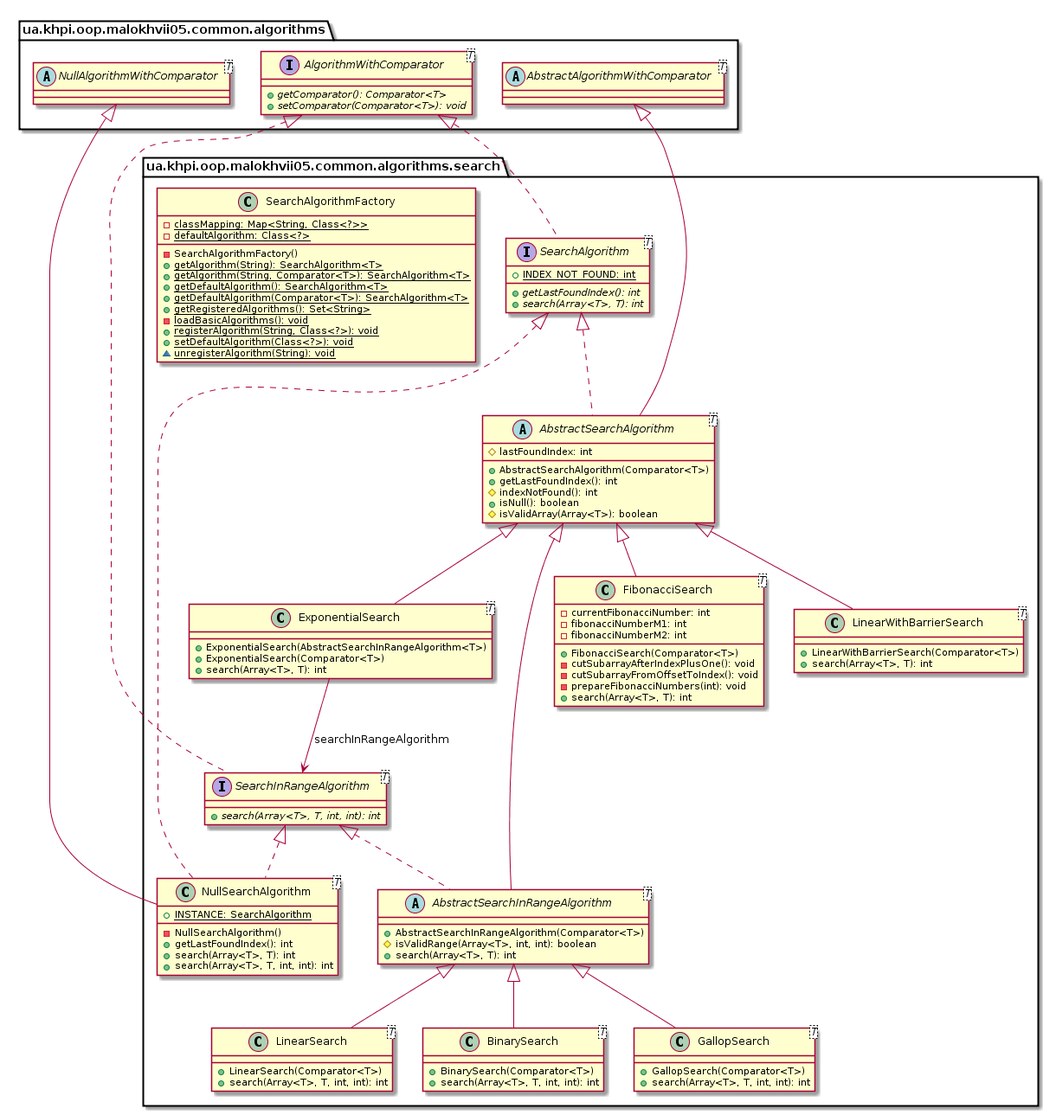
P-Kalin/kit26a keeps this PlantUML diagram as malokhvii-eduard/malokhvii05/doc/plantuml/png/ua.khpi.oop.malokhvii05.common.algorithms.search.package.png. Above is the earlier version. Its diagram source:
```plantuml
@startuml

    namespace ua.khpi.oop.malokhvii05.common.algorithms.search {

        class LinearSearch<T> {
            +LinearSearch(Comparator<T>)
            +search(Array<T>, T, int, int): int
        }

        class NullSearchAlgorithm<T> {
            {static} +INSTANCE: SearchAlgorithm
            -NullSearchAlgorithm()
            +getLastFoundIndex(): int
            +search(Array<T>, T): int
            +search(Array<T>, T, int, int): int
        }

        interface SearchInRangeAlgorithm<T> {
            {abstract} +search(Array<T>, T, int, int): int
        }

        class LinearWithBarrierSearch<T> {
            +LinearWithBarrierSearch(Comparator<T>)
            +search(Array<T>, T): int
        }

        interface SearchAlgorithm<T> {
            {static} +INDEX_NOT_FOUND: int
            {abstract} +getLastFoundIndex(): int
            {abstract} +search(Array<T>, T): int
        }

        abstract class AbstractSearchInRangeAlgorithm<T> {
            +AbstractSearchInRangeAlgorithm(Comparator<T>)
            #isValidRange(Array<T>, int, int): boolean
            +search(Array<T>, T): int
        }

        abstract class AbstractSearchAlgorithm<T> {
            #lastFoundIndex: int
            +AbstractSearchAlgorithm(Comparator<T>)
            +getLastFoundIndex(): int
            #indexNotFound(): int
            +isNull(): boolean
            #isValidArray(Array<T>): boolean
        }

        class SearchAlgorithmFactory {
            {static} -classMapping: Map<String, Class<?>>
            {static} -defaultAlgorithm: Class<?>
            -SearchAlgorithmFactory()
            {static} +getAlgorithm(String): SearchAlgorithm<T>
            {static} +getAlgorithm(String, Comparator<T>): SearchAlgorithm<T>
            {static} +getDefaultAlgorithm(): SearchAlgorithm<T>
            {static} +getDefaultAlgorithm(Comparator<T>): SearchAlgorithm<T>
            {static} +getRegisteredAlgorithms(): Set<String>
            {static} -loadBasicAlgorithms(): void
            {static} +registerAlgorithm(String, Class<?>): void
            {static} +setDefaultAlgorithm(Class<?>): void
            {static} ~unregisterAlgorithm(String): void
        }

        class BinarySearch<T> {
            +BinarySearch(Comparator<T>)
            +search(Array<T>, T, int, int): int
        }

        class GallopSearch<T> {
            +GallopSearch(Comparator<T>)
            +search(Array<T>, T, int, int): int
        }

        class ExponentialSearch<T> {
            +ExponentialSearch(AbstractSearchInRangeAlgorithm<T>)
            +ExponentialSearch(Comparator<T>)
            +search(Array<T>, T): int
        }

        class FibonacciSearch<T> {
            -currentFibonacciNumber: int
            -fibonacciNumberM1: int
            -fibonacciNumberM2: int
            +FibonacciSearch(Comparator<T>)
            -cutSubarrayAfterIndexPlusOne(): void
            -cutSubarrayFromOffsetToIndex(): void
            -prepareFibonacciNumbers(int): void
            +search(Array<T>, T): int
        }

        AbstractSearchInRangeAlgorithm <|-- LinearSearch

        abstract class ua.khpi.oop.malokhvii05.common.algorithms.NullAlgorithmWithComparator<T>
        ua.khpi.oop.malokhvii05.common.algorithms.NullAlgorithmWithComparator <|-- NullSearchAlgorithm

        SearchAlgorithm <|.. NullSearchAlgorithm

        SearchInRangeAlgorithm <|.. NullSearchAlgorithm

        interface ua.khpi.oop.malokhvii05.common.algorithms.AlgorithmWithComparator<T> {
            {abstract} +getComparator(): Comparator<T>
            {abstract} +setComparator(Comparator<T>): void
        }
        ua.khpi.oop.malokhvii05.common.algorithms.AlgorithmWithComparator <|.. SearchInRangeAlgorithm

        AbstractSearchAlgorithm <|-- LinearWithBarrierSearch

        ua.khpi.oop.malokhvii05.common.algorithms.AlgorithmWithComparator <|.. SearchAlgorithm

        AbstractSearchAlgorithm <|-- AbstractSearchInRangeAlgorithm

        SearchInRangeAlgorithm <|.. AbstractSearchInRangeAlgorithm

        abstract class ua.khpi.oop.malokhvii05.common.algorithms.AbstractAlgorithmWithComparator<T>
        ua.khpi.oop.malokhvii05.common.algorithms.AbstractAlgorithmWithComparator <|-- AbstractSearchAlgorithm

        SearchAlgorithm <|.. AbstractSearchAlgorithm

        AbstractSearchInRangeAlgorithm <|-- BinarySearch

        AbstractSearchInRangeAlgorithm <|-- GallopSearch

        AbstractSearchAlgorithm <|-- ExponentialSearch

        AbstractSearchAlgorithm <|-- FibonacciSearch

        ExponentialSearch --> SearchInRangeAlgorithm: searchInRangeAlgorithm

    }

@enduml
```
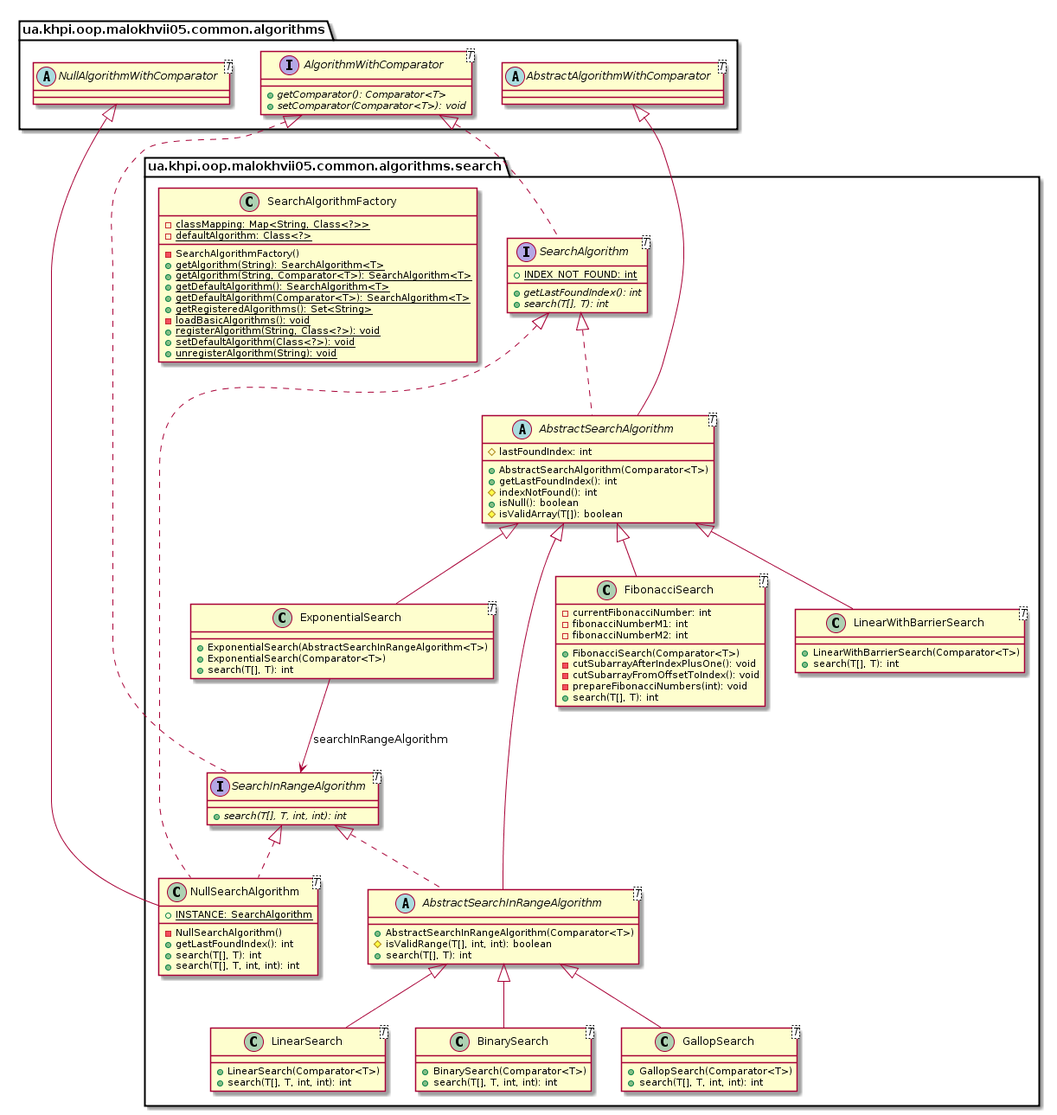
Later version of the same file.

Diff of the diagram source:
```diff
@@ -4,36 +4,36 @@
 
         class LinearSearch<T> {
             +LinearSearch(Comparator<T>)
-            +search(Array<T>, T, int, int): int
+            +search(T[], T, int, int): int
         }
 
         class NullSearchAlgorithm<T> {
             {static} +INSTANCE: SearchAlgorithm
             -NullSearchAlgorithm()
             +getLastFoundIndex(): int
-            +search(Array<T>, T): int
-            +search(Array<T>, T, int, int): int
+            +search(T[], T): int
+            +search(T[], T, int, int): int
         }
 
         interface SearchInRangeAlgorithm<T> {
-            {abstract} +search(Array<T>, T, int, int): int
+            {abstract} +search(T[], T, int, int): int
         }
 
         class LinearWithBarrierSearch<T> {
             +LinearWithBarrierSearch(Comparator<T>)
-            +search(Array<T>, T): int
+            +search(T[], T): int
         }
 
         interface SearchAlgorithm<T> {
             {static} +INDEX_NOT_FOUND: int
             {abstract} +getLastFoundIndex(): int
-            {abstract} +search(Array<T>, T): int
+            {abstract} +search(T[], T): int
         }
 
         abstract class AbstractSearchInRangeAlgorithm<T> {
             +AbstractSearchInRangeAlgorithm(Comparator<T>)
-            #isValidRange(Array<T>, int, int): boolean
-            +search(Array<T>, T): int
+            #isValidRange(T[], int, int): boolean
+            +search(T[], T): int
         }
 
         abstract class AbstractSearchAlgorithm<T> {
@@ -42,7 +42,7 @@
             +getLastFoundIndex(): int
             #indexNotFound(): int
             +isNull(): boolean
-            #isValidArray(Array<T>): boolean
+            #isValidArray(T[]): boolean
         }
 
         class SearchAlgorithmFactory {
@@ -57,23 +57,23 @@
             {static} -loadBasicAlgorithms(): void
             {static} +registerAlgorithm(String, Class<?>): void
             {static} +setDefaultAlgorithm(Class<?>): void
-            {static} ~unregisterAlgorithm(String): void
+            {static} +unregisterAlgorithm(String): void
         }
 
         class BinarySearch<T> {
             +BinarySearch(Comparator<T>)
-            +search(Array<T>, T, int, int): int
+            +search(T[], T, int, int): int
         }
 
         class GallopSearch<T> {
             +GallopSearch(Comparator<T>)
-            +search(Array<T>, T, int, int): int
+            +search(T[], T, int, int): int
         }
 
         class ExponentialSearch<T> {
             +ExponentialSearch(AbstractSearchInRangeAlgorithm<T>)
             +ExponentialSearch(Comparator<T>)
-            +search(Array<T>, T): int
+            +search(T[], T): int
         }
 
         class FibonacciSearch<T> {
@@ -84,7 +84,7 @@
             -cutSubarrayAfterIndexPlusOne(): void
             -cutSubarrayFromOffsetToIndex(): void
             -prepareFibonacciNumbers(int): void
-            +search(Array<T>, T): int
+            +search(T[], T): int
         }
 
         AbstractSearchInRangeAlgorithm <|-- LinearSearch
```
